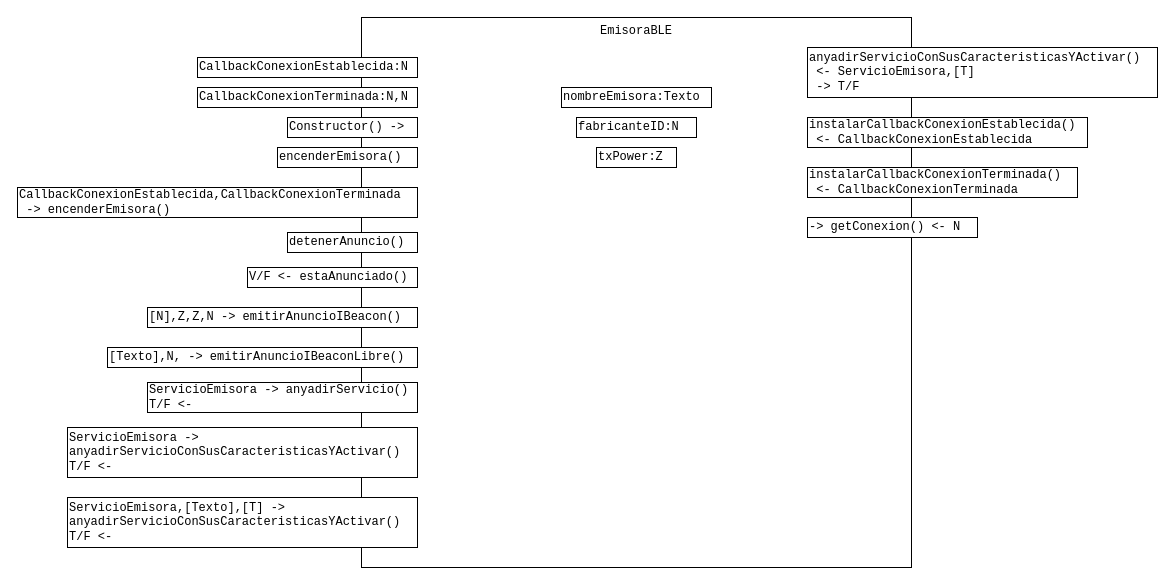
Earlier version of the draw.io diagram doc/Draw.io/EmisoraBLEDiseño.drawio (gti-Proyecto-Mediambental/Arduino). Source tidied: cells renumbered, new cells numbered last; positions are measured from the earlier drawing's top-left corner, leaving out a move shared by most shapes. Both pictures are drawn from the tidied source at 100%, with x=0, y=0 at pixel (17, 17).
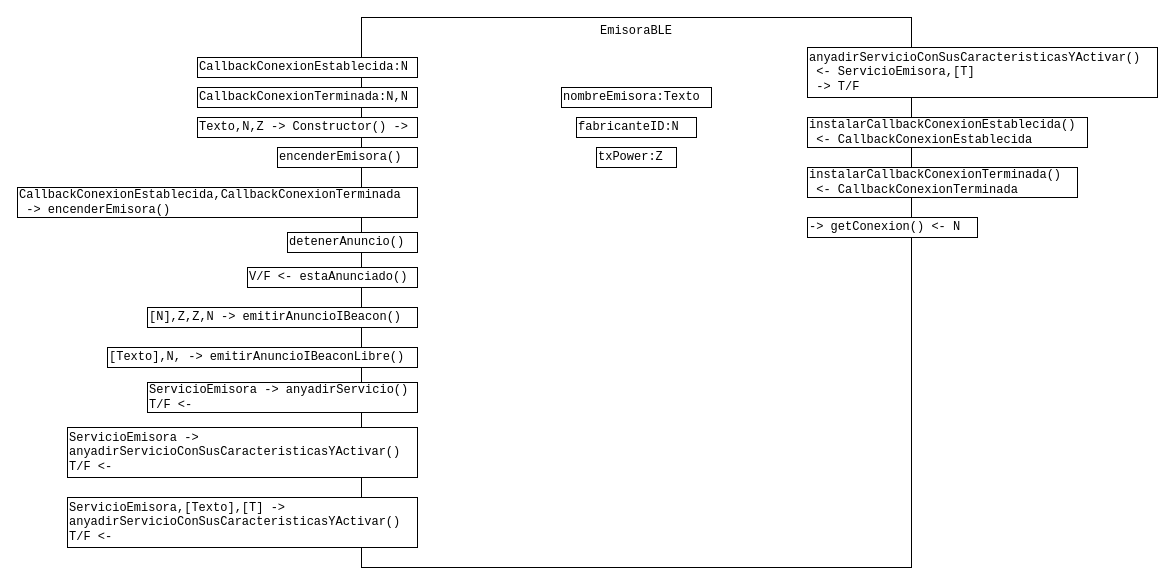
The same page after the edit.

The edit, as a diff of the source:
```diff
@@
-    <mxCell id="8" value="Constructor() -&amp;gt;" style="rounded=0;whiteSpace=wrap;html=1;fontFamily=Courier New;align=left;" parent="1" vertex="1">
-      <mxGeometry x="270" y="100" width="130" height="20" as="geometry" />
+    <mxCell id="8" value="Texto,N,Z -&amp;gt; Constructor() -&amp;gt;" style="rounded=0;whiteSpace=wrap;html=1;fontFamily=Courier New;align=left;" parent="1" vertex="1">
+      <mxGeometry x="180" y="100" width="220" height="20" as="geometry" />
     </mxCell>
```
